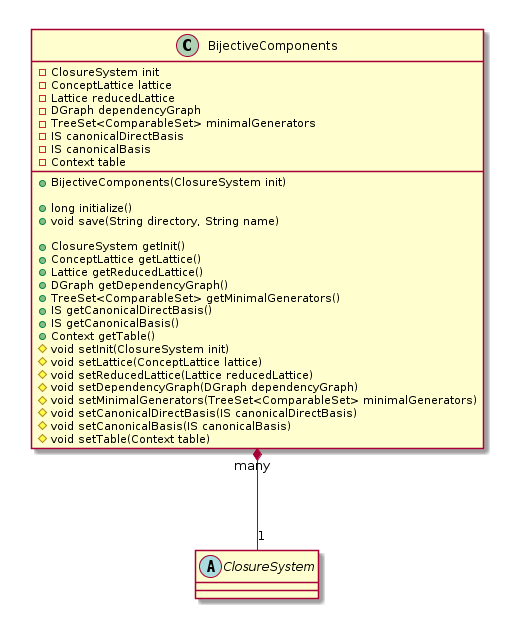
This is api/lattice/BijectiveComponents.png from EstrellaRL/java-lattices, a PlantUML export, as it was before one commit. Its diagram source:
```plantuml
@startuml BijectiveComponents.png
BijectiveComponents "many" *-- "1" ClosureSystem

 class BijectiveComponents {
      -ClosureSystem init
      -ConceptLattice lattice
      -Lattice reducedLattice
      -DGraph dependencyGraph
      -TreeSet<ComparableSet> minimalGenerators
      -IS canonicalDirectBasis
      -IS canonicalBasis
      -Context table

      +BijectiveComponents(ClosureSystem init)

      +long initialize()
      +void save(String directory, String name)

      +ClosureSystem getInit()
      +ConceptLattice getLattice()
      +Lattice getReducedLattice()
      +DGraph getDependencyGraph()
      +TreeSet<ComparableSet> getMinimalGenerators()
      +IS getCanonicalDirectBasis()
      +IS getCanonicalBasis()
      +Context getTable()
      #void setInit(ClosureSystem init)
      #void setLattice(ConceptLattice lattice)
      #void setReducedLattice(Lattice reducedLattice)
      #void setDependencyGraph(DGraph dependencyGraph)
      #void setMinimalGenerators(TreeSet<ComparableSet> minimalGenerators)
      #void setCanonicalDirectBasis(IS canonicalDirectBasis)
      #void setCanonicalBasis(IS canonicalBasis)
      #void setTable(Context table)
 }

 abstract class ClosureSystem
@enduml
```
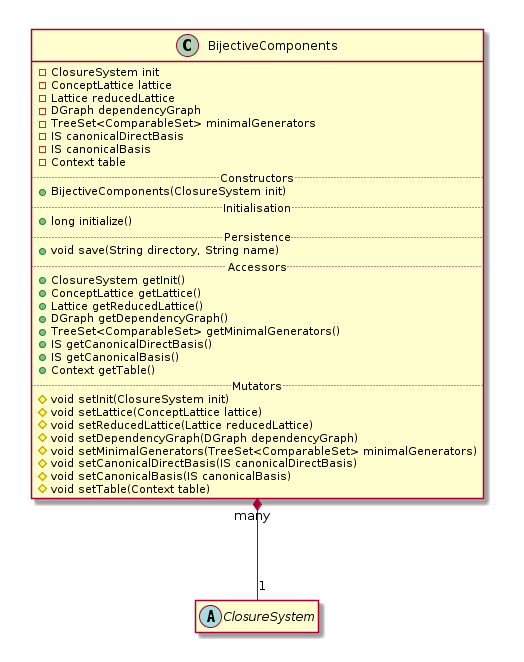
Later version of the same file.

Change to the diagram source:
```diff
@@ -1,38 +1,43 @@
 @startuml BijectiveComponents.png
-BijectiveComponents "many" *-- "1" ClosureSystem
+class BijectiveComponents {
+    -ClosureSystem init
+    -ConceptLattice lattice
+    -Lattice reducedLattice
+    -DGraph dependencyGraph
+    -TreeSet<ComparableSet> minimalGenerators
+    -IS canonicalDirectBasis
+    -IS canonicalBasis
+    -Context table
+    .. Constructors ..
+    +BijectiveComponents(ClosureSystem init)
+    .. Initialisation ..
+    +long initialize()
+    .. Persistence ..
+    +void save(String directory, String name)
+    .. Accessors ..
+    +ClosureSystem getInit()
+    +ConceptLattice getLattice()
+    +Lattice getReducedLattice()
+    +DGraph getDependencyGraph()
+    +TreeSet<ComparableSet> getMinimalGenerators()
+    +IS getCanonicalDirectBasis()
+    +IS getCanonicalBasis()
+    +Context getTable()
+    .. Mutators ..
+    #void setInit(ClosureSystem init)
+    #void setLattice(ConceptLattice lattice)
+    #void setReducedLattice(Lattice reducedLattice)
+    #void setDependencyGraph(DGraph dependencyGraph)
+    #void setMinimalGenerators(TreeSet<ComparableSet> minimalGenerators)
+    #void setCanonicalDirectBasis(IS canonicalDirectBasis)
+    #void setCanonicalBasis(IS canonicalBasis)
+    #void setTable(Context table)
+}
 
- class BijectiveComponents {
-      -ClosureSystem init
-      -ConceptLattice lattice
-      -Lattice reducedLattice
-      -DGraph dependencyGraph
-      -TreeSet<ComparableSet> minimalGenerators
-      -IS canonicalDirectBasis
-      -IS canonicalBasis
-      -Context table
 
-      +BijectiveComponents(ClosureSystem init)
-
-      +long initialize()
-      +void save(String directory, String name)
-
-      +ClosureSystem getInit()
-      +ConceptLattice getLattice()
-      +Lattice getReducedLattice()
-      +DGraph getDependencyGraph()
-      +TreeSet<ComparableSet> getMinimalGenerators()
-      +IS getCanonicalDirectBasis()
-      +IS getCanonicalBasis()
-      +Context getTable()
-      #void setInit(ClosureSystem init)
-      #void setLattice(ConceptLattice lattice)
-      #void setReducedLattice(Lattice reducedLattice)
-      #void setDependencyGraph(DGraph dependencyGraph)
-      #void setMinimalGenerators(TreeSet<ComparableSet> minimalGenerators)
-      #void setCanonicalDirectBasis(IS canonicalDirectBasis)
-      #void setCanonicalBasis(IS canonicalBasis)
-      #void setTable(Context table)
- }
+ BijectiveComponents "many" *-- "1" ClosureSystem
 
  abstract class ClosureSystem
+
+ hide empty members
 @enduml
```
